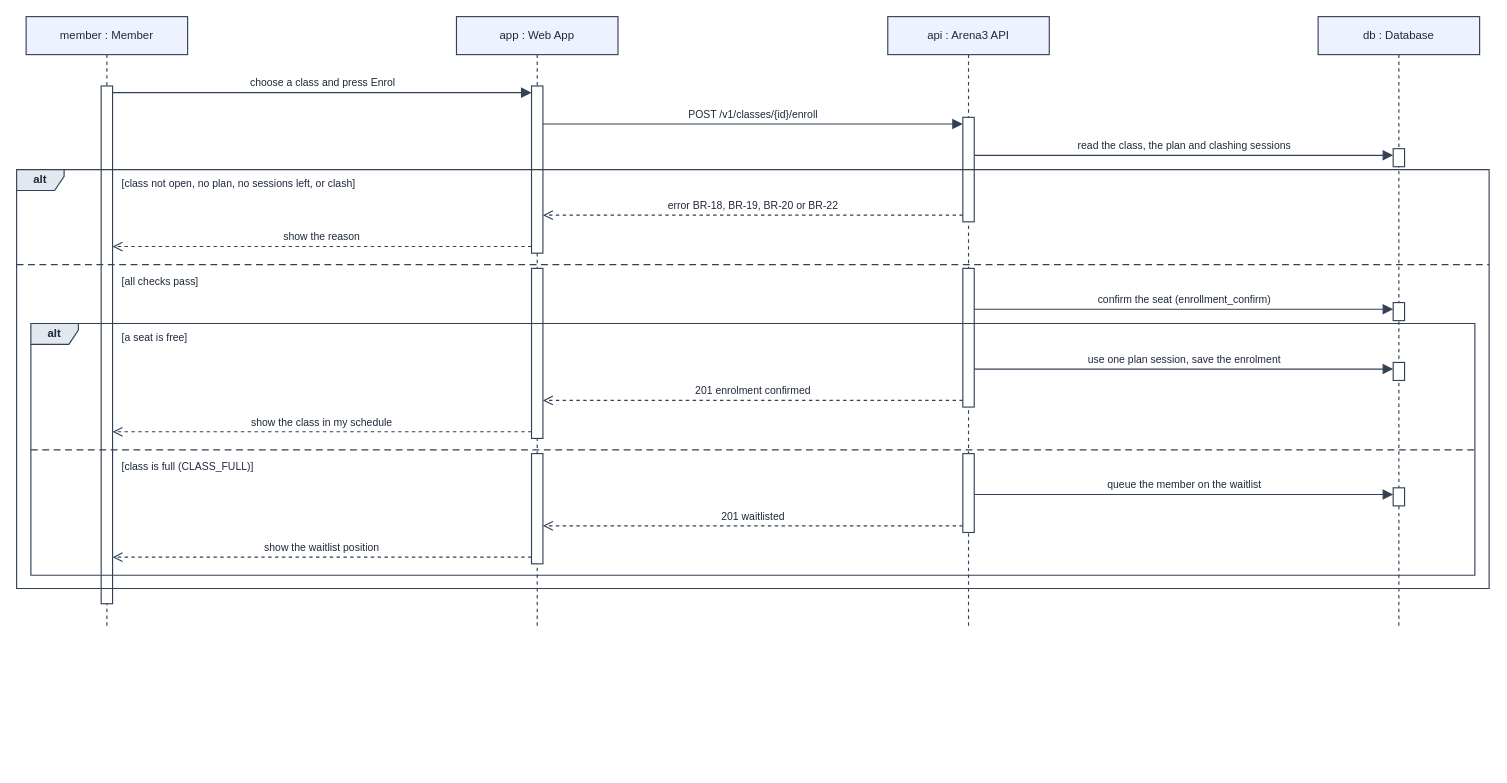
The draw.io diagram docs/diagrams/srs/36-sd-enrol-class.drawio in facingshootingstar/Arena3, before the edit. Source tidied: cells renumbered, new cells numbered last; positions are measured from the earlier drawing's top-left corner, leaving out a move shared by most shapes. Both pictures are drawn from the tidied source at 95%, with x=0, y=0 at pixel (16, 16).
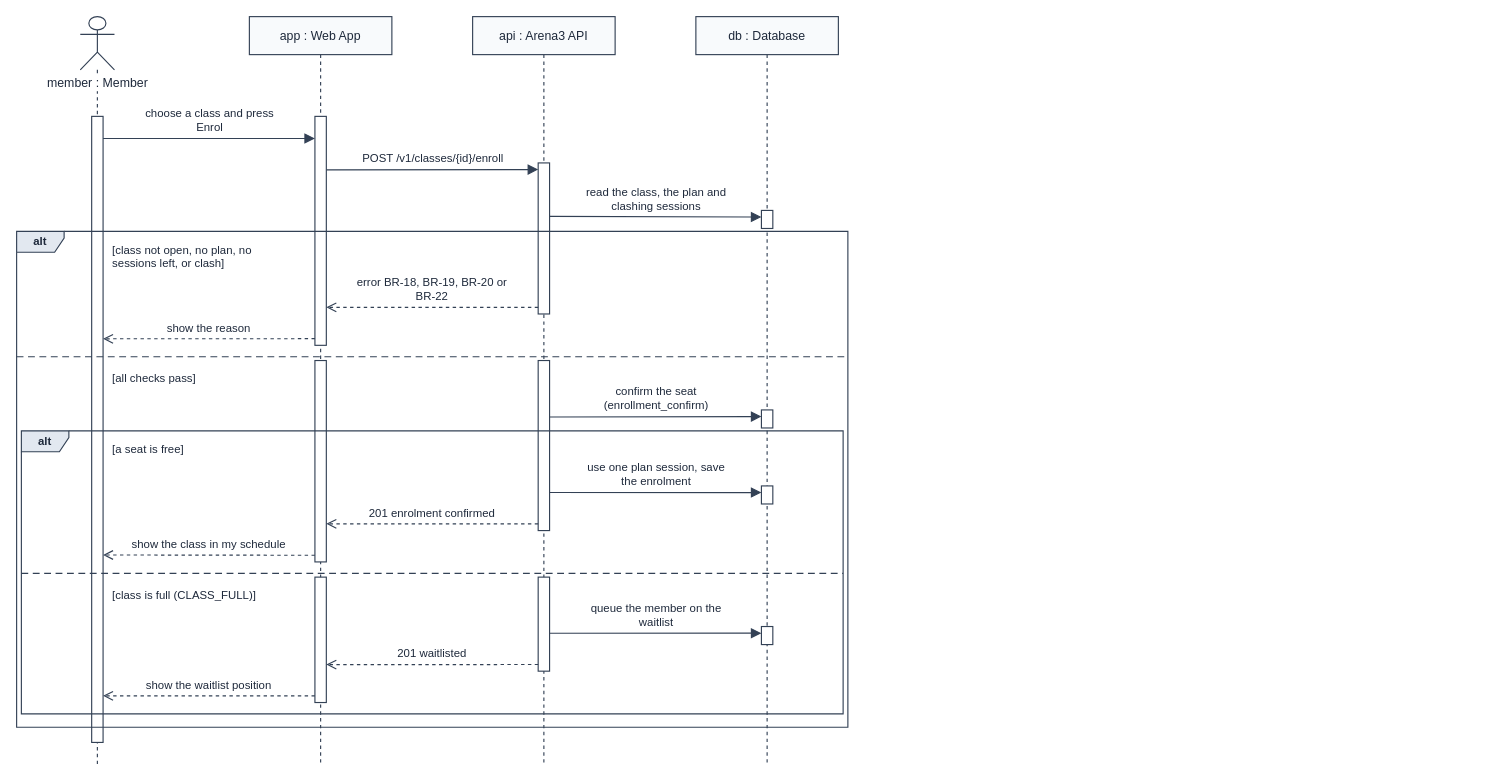
The same page after the edit.

Change to the diagram source:
```diff
@@
-    <mxCell id="2" value="member : Member" style="shape=umlLifeline;perimeter=lifelinePerimeter;whiteSpace=wrap;html=1;size=40;fillColor=#eef2ff;strokeColor=#334155;strokeWidth=1.2;fontFamily=Helvetica;fontSize=12;fontColor=#1e293b;" parent="1" vertex="1">
-      <mxGeometry x="10" width="170" height="642" as="geometry" />
+    <mxCell id="2" value="member : Member" style="shape=umlLifeline;participant=umlActor;perimeter=lifelinePerimeter;whiteSpace=nowrap;html=1;size=56;fillColor=#f8fafc;strokeColor=#334155;strokeWidth=1.2;fontFamily=Helvetica;fontSize=13;fontColor=#1e293b;verticalAlign=top;spacingTop=56;labelBackgroundColor=#ffffff;fillColor=#ffffff;" parent="1" vertex="1">
+      <mxGeometry x="67" width="36" height="788" as="geometry" />
     </mxCell>
-    <mxCell id="3" value="app : Web App" style="shape=umlLifeline;perimeter=lifelinePerimeter;whiteSpace=wrap;html=1;size=40;fillColor=#eef2ff;strokeColor=#334155;strokeWidth=1.2;fontFamily=Helvetica;fontSize=12;fontColor=#1e293b;" parent="1" vertex="1">
-      <mxGeometry x="463" width="170" height="642" as="geometry" />
+    <mxCell id="3" value="app : Web App" style="shape=umlLifeline;perimeter=lifelinePerimeter;whiteSpace=wrap;html=1;size=40;fillColor=#f8fafc;strokeColor=#334155;strokeWidth=1.2;fontFamily=Helvetica;fontSize=13;fontColor=#1e293b;" parent="1" vertex="1">
+      <mxGeometry x="245" width="150" height="788" as="geometry" />
     </mxCell>
-    <mxCell id="4" value="api : Arena3 API" style="shape=umlLifeline;perimeter=lifelinePerimeter;whiteSpace=wrap;html=1;size=40;fillColor=#eef2ff;strokeColor=#334155;strokeWidth=1.2;fontFamily=Helvetica;fontSize=12;fontColor=#1e293b;" parent="1" vertex="1">
-      <mxGeometry x="917" width="170" height="642" as="geometry" />
+    <mxCell id="4" value="api : Arena3 API" style="shape=umlLifeline;perimeter=lifelinePerimeter;whiteSpace=wrap;html=1;size=40;fillColor=#f8fafc;strokeColor=#334155;strokeWidth=1.2;fontFamily=Helvetica;fontSize=13;fontColor=#1e293b;" parent="1" vertex="1">
+      <mxGeometry x="480" width="150" height="788" as="geometry" />
     </mxCell>
-    <mxCell id="5" value="db : Database" style="shape=umlLifeline;perimeter=lifelinePerimeter;whiteSpace=wrap;html=1;size=40;fillColor=#eef2ff;strokeColor=#334155;strokeWidth=1.2;fontFamily=Helvetica;fontSize=12;fontColor=#1e293b;" parent="1" vertex="1">
-      <mxGeometry x="1370" width="170" height="642" as="geometry" />
+    <mxCell id="5" value="db : Database" style="shape=umlLifeline;perimeter=lifelinePerimeter;whiteSpace=wrap;html=1;size=40;fillColor=#f8fafc;strokeColor=#334155;strokeWidth=1.2;fontFamily=Helvetica;fontSize=13;fontColor=#1e293b;" parent="1" vertex="1">
+      <mxGeometry x="715" width="150" height="788" as="geometry" />
     </mxCell>
     <mxCell id="6" style="html=1;points=[];perimeter=orthogonalPerimeter;outlineConnect=0;targetShapes=umlLifeline;portConstraint=eastwest;fillColor=#ffffff;strokeColor=#334155;strokeWidth=1.2;" parent="4" vertex="1">
-      <mxGeometry x="79" y="106" width="12" height="110" as="geometry" />
+      <mxGeometry x="69" y="154" width="12" height="159" as="geometry" />
     </mxCell>
     <mxCell id="7" style="html=1;points=[];perimeter=orthogonalPerimeter;outlineConnect=0;targetShapes=umlLifeline;portConstraint=eastwest;fillColor=#ffffff;strokeColor=#334155;strokeWidth=1.2;" parent="4" vertex="1">
-      <mxGeometry x="79" y="265" width="12" height="146" as="geometry" />
+      <mxGeometry x="69" y="362" width="12" height="179" as="geometry" />
     </mxCell>
     <mxCell id="8" style="html=1;points=[];perimeter=orthogonalPerimeter;outlineConnect=0;targetShapes=umlLifeline;portConstraint=eastwest;fillColor=#ffffff;strokeColor=#334155;strokeWidth=1.2;" parent="4" vertex="1">
-      <mxGeometry x="79" y="460" width="12" height="83" as="geometry" />
+      <mxGeometry x="69" y="590" width="12" height="99" as="geometry" />
     </mxCell>
     <mxCell id="9" style="html=1;points=[];perimeter=orthogonalPerimeter;outlineConnect=0;targetShapes=umlLifeline;portConstraint=eastwest;fillColor=#ffffff;strokeColor=#334155;strokeWidth=1.2;" parent="3" vertex="1">
-      <mxGeometry x="79" y="73" width="12" height="176" as="geometry" />
+      <mxGeometry x="69" y="105" width="12" height="241" as="geometry" />
     </mxCell>
     <mxCell id="10" style="html=1;points=[];perimeter=orthogonalPerimeter;outlineConnect=0;targetShapes=umlLifeline;portConstraint=eastwest;fillColor=#ffffff;strokeColor=#334155;strokeWidth=1.2;" parent="3" vertex="1">
-      <mxGeometry x="79" y="265" width="12" height="179" as="geometry" />
+      <mxGeometry x="69" y="362" width="12" height="212" as="geometry" />
     </mxCell>
     <mxCell id="11" style="html=1;points=[];perimeter=orthogonalPerimeter;outlineConnect=0;targetShapes=umlLifeline;portConstraint=eastwest;fillColor=#ffffff;strokeColor=#334155;strokeWidth=1.2;" parent="3" vertex="1">
-      <mxGeometry x="79" y="460" width="12" height="116" as="geometry" />
+      <mxGeometry x="69" y="590" width="12" height="132" as="geometry" />
     </mxCell>
     <mxCell id="12" style="html=1;points=[];perimeter=orthogonalPerimeter;outlineConnect=0;targetShapes=umlLifeline;portConstraint=eastwest;fillColor=#ffffff;strokeColor=#334155;strokeWidth=1.2;" parent="5" vertex="1">
-      <mxGeometry x="79" y="139" width="12" height="19" as="geometry" />
+      <mxGeometry x="69" y="204" width="12" height="19" as="geometry" />
     </mxCell>
     <mxCell id="13" style="html=1;points=[];perimeter=orthogonalPerimeter;outlineConnect=0;targetShapes=umlLifeline;portConstraint=eastwest;fillColor=#ffffff;strokeColor=#334155;strokeWidth=1.2;" parent="5" vertex="1">
-      <mxGeometry x="79" y="301" width="12" height="19" as="geometry" />
+      <mxGeometry x="69" y="414" width="12" height="19" as="geometry" />
     </mxCell>
     <mxCell id="14" style="html=1;points=[];perimeter=orthogonalPerimeter;outlineConnect=0;targetShapes=umlLifeline;portConstraint=eastwest;fillColor=#ffffff;strokeColor=#334155;strokeWidth=1.2;" parent="5" vertex="1">
-      <mxGeometry x="79" y="364" width="12" height="19" as="geometry" />
+      <mxGeometry x="69" y="494" width="12" height="19" as="geometry" />
     </mxCell>
     <mxCell id="15" style="html=1;points=[];perimeter=orthogonalPerimeter;outlineConnect=0;targetShapes=umlLifeline;portConstraint=eastwest;fillColor=#ffffff;strokeColor=#334155;strokeWidth=1.2;" parent="5" vertex="1">
-      <mxGeometry x="79" y="496" width="12" height="19" as="geometry" />
+      <mxGeometry x="69" y="642" width="12" height="19" as="geometry" />
     </mxCell>
     <mxCell id="16" style="html=1;points=[];perimeter=orthogonalPerimeter;outlineConnect=0;targetShapes=umlLifeline;portConstraint=eastwest;fillColor=#ffffff;strokeColor=#334155;strokeWidth=1.2;" parent="2" vertex="1">
-      <mxGeometry x="79" y="73" width="12" height="545" as="geometry" />
+      <mxGeometry x="12" y="105" width="12" height="659" as="geometry" />
     </mxCell>
     <mxCell id="17" value="alt" style="shape=umlFrame;whiteSpace=wrap;html=1;width=50;height=22;fillColor=#e2e8f0;swimlaneFillColor=none;strokeColor=#334155;strokeWidth=1.2;fontFamily=Helvetica;fontSize=12;fontStyle=1;fontColor=#1e293b;" parent="1" vertex="1">
-      <mxGeometry x="15" y="323" width="1520" height="265" as="geometry" />
+      <mxGeometry x="5" y="436" width="865" height="298" as="geometry" />
     </mxCell>
     <mxCell id="18" style="line;strokeWidth=1.2;dashed=1;dashPattern=6 4;html=1;strokeColor=#334155;fillColor=none;" parent="1" vertex="1">
-      <mxGeometry x="15" y="451" width="1520" height="10" as="geometry" />
+      <mxGeometry x="5" y="581" width="865" height="10" as="geometry" />
     </mxCell>
-    <mxCell id="19" value="[a seat is free]" style="text;html=1;align=left;verticalAlign=middle;whiteSpace=nowrap;fontFamily=Helvetica;fontSize=11;fontColor=#1e293b;" parent="1" vertex="1">
-      <mxGeometry x="109" y="329" width="117" height="18" as="geometry" />
+    <mxCell id="19" value="[a seat is free]" style="text;html=1;align=left;verticalAlign=top;whiteSpace=nowrap;fontFamily=Helvetica;fontSize=12;fontColor=#1e293b;" parent="1" vertex="1">
+      <mxGeometry x="99" y="442" width="126" height="20" as="geometry" />
     </mxCell>
-    <mxCell id="20" value="[class is full (CLASS_FULL)]" style="text;html=1;align=left;verticalAlign=middle;whiteSpace=nowrap;fontFamily=Helvetica;fontSize=11;fontColor=#1e293b;" parent="1" vertex="1">
-      <mxGeometry x="109" y="465" width="189" height="18" as="geometry" />
+    <mxCell id="20" value="[class is full (CLASS_FULL)]" style="text;html=1;align=left;verticalAlign=top;whiteSpace=nowrap;fontFamily=Helvetica;fontSize=12;fontColor=#1e293b;" parent="1" vertex="1">
+      <mxGeometry x="99" y="595" width="205" height="20" as="geometry" />
     </mxCell>
     <mxCell id="21" value="alt" style="shape=umlFrame;whiteSpace=wrap;html=1;width=50;height=22;fillColor=#e2e8f0;swimlaneFillColor=none;strokeColor=#334155;strokeWidth=1.2;fontFamily=Helvetica;fontSize=12;fontStyle=1;fontColor=#1e293b;" parent="1" vertex="1">
-      <mxGeometry y="161" width="1550" height="441" as="geometry" />
+      <mxGeometry y="226" width="875" height="522" as="geometry" />
     </mxCell>
     <mxCell id="22" style="line;strokeWidth=1.2;dashed=1;dashPattern=6 4;html=1;strokeColor=#334155;fillColor=none;" parent="1" vertex="1">
-      <mxGeometry y="256" width="1550" height="10" as="geometry" />
+      <mxGeometry y="353" width="875" height="10" as="geometry" />
     </mxCell>
-    <mxCell id="23" value="[class not open, no plan, no sessions left, or clash]" style="text;html=1;align=left;verticalAlign=middle;whiteSpace=nowrap;fontFamily=Helvetica;fontSize=11;fontColor=#1e293b;" parent="1" vertex="1">
-      <mxGeometry x="109" y="167" width="341" height="18" as="geometry" />
+    <mxCell id="23" value="[class not open, no plan, no&lt;br&gt;sessions left, or clash]" style="text;html=1;align=left;verticalAlign=top;whiteSpace=nowrap;fontFamily=Helvetica;fontSize=12;fontColor=#1e293b;" parent="1" vertex="1">
+      <mxGeometry x="99" y="232" width="205" height="37" as="geometry" />
     </mxCell>
-    <mxCell id="24" value="[all checks pass]" style="text;html=1;align=left;verticalAlign=middle;whiteSpace=nowrap;fontFamily=Helvetica;fontSize=11;fontColor=#1e293b;" parent="1" vertex="1">
-      <mxGeometry x="109" y="270" width="123" height="18" as="geometry" />
+    <mxCell id="24" value="[all checks pass]" style="text;html=1;align=left;verticalAlign=top;whiteSpace=nowrap;fontFamily=Helvetica;fontSize=12;fontColor=#1e293b;" parent="1" vertex="1">
+      <mxGeometry x="99" y="367" width="132" height="20" as="geometry" />
     </mxCell>
-    <mxCell id="25" value="choose a class and press Enrol" style="html=1;rounded=0;edgeStyle=none;strokeColor=#334155;strokeWidth=1.2;fontFamily=Helvetica;fontSize=11;fontColor=#1e293b;labelBackgroundColor=#ffffff;endSize=8;endArrow=block;endFill=1;exitX=1.0000;exitY=0.0128;exitDx=0;exitDy=0;exitPerimeter=0;entryX=0.0000;entryY=0.0398;entryDx=0;entryDy=0;entryPerimeter=0;" parent="1" edge="1" source="16" target="9">
+    <mxCell id="25" value="choose a class and press&lt;br&gt;Enrol" style="html=1;rounded=0;edgeStyle=none;strokeColor=#334155;strokeWidth=1.2;fontFamily=Helvetica;fontSize=12;fontColor=#1e293b;labelBackgroundColor=#ffffff;endSize=8;endArrow=block;endFill=1;exitX=1.0000;exitY=0.0353;exitDx=0;exitDy=0;exitPerimeter=0;entryX=0.0000;entryY=0.0965;entryDx=0;entryDy=0;entryPerimeter=0;" parent="1" edge="1" source="16" target="9">
       <mxGeometry relative="1" as="geometry">
-        <mxPoint y="-10" as="offset" />
+        <mxPoint y="-19" as="offset" />
       </mxGeometry>
     </mxCell>
-    <mxCell id="26" value="POST /v1/classes/{id}/enroll" style="html=1;rounded=0;edgeStyle=none;strokeColor=#334155;strokeWidth=1.2;fontFamily=Helvetica;fontSize=11;fontColor=#1e293b;labelBackgroundColor=#ffffff;endSize=8;endArrow=block;endFill=1;exitX=1.0000;exitY=0.2273;exitDx=0;exitDy=0;exitPerimeter=0;entryX=0.0000;entryY=0.0636;entryDx=0;entryDy=0;entryPerimeter=0;" parent="1" edge="1" source="9" target="6">
+    <mxCell id="26" value="POST /v1/classes/{id}/enroll" style="html=1;rounded=0;edgeStyle=none;strokeColor=#334155;strokeWidth=1.2;fontFamily=Helvetica;fontSize=12;fontColor=#1e293b;labelBackgroundColor=#ffffff;endSize=8;endArrow=block;endFill=1;exitX=1.0000;exitY=0.2334;exitDx=0;exitDy=0;exitPerimeter=0;entryX=0.0000;entryY=0.0441;entryDx=0;entryDy=0;entryPerimeter=0;" parent="1" edge="1" source="9" target="6">
       <mxGeometry relative="1" as="geometry">
-        <mxPoint y="-10" as="offset" />
+        <mxPoint y="-11" as="offset" />
       </mxGeometry>
     </mxCell>
-    <mxCell id="27" value="read the class, the plan and clashing sessions" style="html=1;rounded=0;edgeStyle=none;strokeColor=#334155;strokeWidth=1.2;fontFamily=Helvetica;fontSize=11;fontColor=#1e293b;labelBackgroundColor=#ffffff;endSize=8;endArrow=block;endFill=1;exitX=1.0000;exitY=0.3636;exitDx=0;exitDy=0;exitPerimeter=0;entryX=0.0000;entryY=0.3684;entryDx=0;entryDy=0;entryPerimeter=0;" parent="1" edge="1" source="6" target="12">
+    <mxCell id="27" value="read the class, the plan and&lt;br&gt;clashing sessions" style="html=1;rounded=0;edgeStyle=none;strokeColor=#334155;strokeWidth=1.2;fontFamily=Helvetica;fontSize=12;fontColor=#1e293b;labelBackgroundColor=#ffffff;endSize=8;endArrow=block;endFill=1;exitX=1.0000;exitY=0.3543;exitDx=0;exitDy=0;exitPerimeter=0;entryX=0.0000;entryY=0.3684;entryDx=0;entryDy=0;entryPerimeter=0;" parent="1" edge="1" source="6" target="12">
       <mxGeometry relative="1" as="geometry">
-        <mxPoint y="-10" as="offset" />
+        <mxPoint y="-19" as="offset" />
       </mxGeometry>
     </mxCell>
-    <mxCell id="28" value="error BR-18, BR-19, BR-20 or BR-22" style="html=1;rounded=0;edgeStyle=none;strokeColor=#334155;strokeWidth=1.2;fontFamily=Helvetica;fontSize=11;fontColor=#1e293b;labelBackgroundColor=#ffffff;endSize=8;endArrow=open;endFill=0;dashed=1;exitX=0.0000;exitY=0.9364;exitDx=0;exitDy=0;exitPerimeter=0;entryX=1.0000;entryY=0.7727;entryDx=0;entryDy=0;entryPerimeter=0;" parent="1" edge="1" source="6" target="9">
+    <mxCell id="28" value="error BR-18, BR-19, BR-20 or&lt;br&gt;BR-22" style="html=1;rounded=0;edgeStyle=none;strokeColor=#334155;strokeWidth=1.2;fontFamily=Helvetica;fontSize=12;fontColor=#1e293b;labelBackgroundColor=#ffffff;endSize=8;endArrow=open;endFill=0;dashed=1;exitX=0.0000;exitY=0.9559;exitDx=0;exitDy=0;exitPerimeter=0;entryX=1.0000;entryY=0.8341;entryDx=0;entryDy=0;entryPerimeter=0;" parent="1" edge="1" source="6" target="9">
       <mxGeometry relative="1" as="geometry">
-        <mxPoint y="-10" as="offset" />
+        <mxPoint y="-19" as="offset" />
       </mxGeometry>
     </mxCell>
-    <mxCell id="29" value="show the reason" style="html=1;rounded=0;edgeStyle=none;strokeColor=#334155;strokeWidth=1.2;fontFamily=Helvetica;fontSize=11;fontColor=#1e293b;labelBackgroundColor=#ffffff;endSize=8;endArrow=open;endFill=0;dashed=1;exitX=0.0000;exitY=0.9602;exitDx=0;exitDy=0;exitPerimeter=0;entryX=1.0000;entryY=0.3101;entryDx=0;entryDy=0;entryPerimeter=0;" parent="1" edge="1" source="9" target="16">
+    <mxCell id="29" value="show the reason" style="html=1;rounded=0;edgeStyle=none;strokeColor=#334155;strokeWidth=1.2;fontFamily=Helvetica;fontSize=12;fontColor=#1e293b;labelBackgroundColor=#ffffff;endSize=8;endArrow=open;endFill=0;dashed=1;exitX=0.0000;exitY=0.9710;exitDx=0;exitDy=0;exitPerimeter=0;entryX=1.0000;entryY=0.3553;entryDx=0;entryDy=0;entryPerimeter=0;" parent="1" edge="1" source="9" target="16">
       <mxGeometry relative="1" as="geometry">
-        <mxPoint y="-10" as="offset" />
+        <mxPoint y="-11" as="offset" />
       </mxGeometry>
     </mxCell>
-    <mxCell id="30" value="confirm the seat (enrollment_confirm)" style="html=1;rounded=0;edgeStyle=none;strokeColor=#334155;strokeWidth=1.2;fontFamily=Helvetica;fontSize=11;fontColor=#1e293b;labelBackgroundColor=#ffffff;endSize=8;endArrow=block;endFill=1;exitX=1.0000;exitY=0.2945;exitDx=0;exitDy=0;exitPerimeter=0;entryX=0.0000;entryY=0.3684;entryDx=0;entryDy=0;entryPerimeter=0;" parent="1" edge="1" source="7" target="13">
+    <mxCell id="30" value="confirm the seat&lt;br&gt;(enrollment_confirm)" style="html=1;rounded=0;edgeStyle=none;strokeColor=#334155;strokeWidth=1.2;fontFamily=Helvetica;fontSize=12;fontColor=#1e293b;labelBackgroundColor=#ffffff;endSize=8;endArrow=block;endFill=1;exitX=1.0000;exitY=0.3320;exitDx=0;exitDy=0;exitPerimeter=0;entryX=0.0000;entryY=0.3684;entryDx=0;entryDy=0;entryPerimeter=0;" parent="1" edge="1" source="7" target="13">
       <mxGeometry relative="1" as="geometry">
-        <mxPoint y="-10" as="offset" />
+        <mxPoint y="-19" as="offset" />
       </mxGeometry>
     </mxCell>
-    <mxCell id="31" value="use one plan session, save the enrolment" style="html=1;rounded=0;edgeStyle=none;strokeColor=#334155;strokeWidth=1.2;fontFamily=Helvetica;fontSize=11;fontColor=#1e293b;labelBackgroundColor=#ffffff;endSize=8;endArrow=block;endFill=1;exitX=1.0000;exitY=0.7260;exitDx=0;exitDy=0;exitPerimeter=0;entryX=0.0000;entryY=0.3684;entryDx=0;entryDy=0;entryPerimeter=0;" parent="1" edge="1" source="7" target="14">
+    <mxCell id="31" value="use one plan session, save&lt;br&gt;the enrolment" style="html=1;rounded=0;edgeStyle=none;strokeColor=#334155;strokeWidth=1.2;fontFamily=Helvetica;fontSize=12;fontColor=#1e293b;labelBackgroundColor=#ffffff;endSize=8;endArrow=block;endFill=1;exitX=1.0000;exitY=0.7760;exitDx=0;exitDy=0;exitPerimeter=0;entryX=0.0000;entryY=0.3684;entryDx=0;entryDy=0;entryPerimeter=0;" parent="1" edge="1" source="7" target="14">
       <mxGeometry relative="1" as="geometry">
-        <mxPoint y="-10" as="offset" />
+        <mxPoint y="-19" as="offset" />
       </mxGeometry>
     </mxCell>
-    <mxCell id="32" value="201 enrolment confirmed" style="html=1;rounded=0;edgeStyle=none;strokeColor=#334155;strokeWidth=1.2;fontFamily=Helvetica;fontSize=11;fontColor=#1e293b;labelBackgroundColor=#ffffff;endSize=8;endArrow=open;endFill=0;dashed=1;exitX=0.0000;exitY=0.9521;exitDx=0;exitDy=0;exitPerimeter=0;entryX=1.0000;entryY=0.7765;entryDx=0;entryDy=0;entryPerimeter=0;" parent="1" edge="1" source="7" target="10">
+    <mxCell id="32" value="201 enrolment confirmed" style="html=1;rounded=0;edgeStyle=none;strokeColor=#334155;strokeWidth=1.2;fontFamily=Helvetica;fontSize=12;fontColor=#1e293b;labelBackgroundColor=#ffffff;endSize=8;endArrow=open;endFill=0;dashed=1;exitX=0.0000;exitY=0.9608;exitDx=0;exitDy=0;exitPerimeter=0;entryX=1.0000;entryY=0.8109;entryDx=0;entryDy=0;entryPerimeter=0;" parent="1" edge="1" source="7" target="10">
       <mxGeometry relative="1" as="geometry">
-        <mxPoint y="-10" as="offset" />
+        <mxPoint y="-11" as="offset" />
       </mxGeometry>
     </mxCell>
-    <mxCell id="33" value="show the class in my schedule" style="html=1;rounded=0;edgeStyle=none;strokeColor=#334155;strokeWidth=1.2;fontFamily=Helvetica;fontSize=11;fontColor=#1e293b;labelBackgroundColor=#ffffff;endSize=8;endArrow=open;endFill=0;dashed=1;exitX=0.0000;exitY=0.9609;exitDx=0;exitDy=0;exitPerimeter=0;entryX=1.0000;entryY=0.6679;entryDx=0;entryDy=0;entryPerimeter=0;" parent="1" edge="1" source="10" target="16">
+    <mxCell id="33" value="show the class in my schedule" style="html=1;rounded=0;edgeStyle=none;strokeColor=#334155;strokeWidth=1.2;fontFamily=Helvetica;fontSize=12;fontColor=#1e293b;labelBackgroundColor=#ffffff;endSize=8;endArrow=open;endFill=0;dashed=1;exitX=0.0000;exitY=0.9669;exitDx=0;exitDy=0;exitPerimeter=0;entryX=1.0000;entryY=0.7006;entryDx=0;entryDy=0;entryPerimeter=0;" parent="1" edge="1" source="10" target="16">
       <mxGeometry relative="1" as="geometry">
-        <mxPoint y="-10" as="offset" />
+        <mxPoint y="-11" as="offset" />
       </mxGeometry>
     </mxCell>
-    <mxCell id="34" value="queue the member on the waitlist" style="html=1;rounded=0;edgeStyle=none;strokeColor=#334155;strokeWidth=1.2;fontFamily=Helvetica;fontSize=11;fontColor=#1e293b;labelBackgroundColor=#ffffff;endSize=8;endArrow=block;endFill=1;exitX=1.0000;exitY=0.5181;exitDx=0;exitDy=0;exitPerimeter=0;entryX=0.0000;entryY=0.3684;entryDx=0;entryDy=0;entryPerimeter=0;" parent="1" edge="1" source="8" target="15">
+    <mxCell id="34" value="queue the member on the&lt;br&gt;waitlist" style="html=1;rounded=0;edgeStyle=none;strokeColor=#334155;strokeWidth=1.2;fontFamily=Helvetica;fontSize=12;fontColor=#1e293b;labelBackgroundColor=#ffffff;endSize=8;endArrow=block;endFill=1;exitX=1.0000;exitY=0.5971;exitDx=0;exitDy=0;exitPerimeter=0;entryX=0.0000;entryY=0.3684;entryDx=0;entryDy=0;entryPerimeter=0;" parent="1" edge="1" source="8" target="15">
       <mxGeometry relative="1" as="geometry">
-        <mxPoint y="-10" as="offset" />
+        <mxPoint y="-19" as="offset" />
       </mxGeometry>
     </mxCell>
-    <mxCell id="35" value="201 waitlisted" style="html=1;rounded=0;edgeStyle=none;strokeColor=#334155;strokeWidth=1.2;fontFamily=Helvetica;fontSize=11;fontColor=#1e293b;labelBackgroundColor=#ffffff;endSize=8;endArrow=open;endFill=0;dashed=1;exitX=0.0000;exitY=0.9157;exitDx=0;exitDy=0;exitPerimeter=0;entryX=1.0000;entryY=0.6552;entryDx=0;entryDy=0;entryPerimeter=0;" parent="1" edge="1" source="8" target="11">
+    <mxCell id="35" value="201 waitlisted" style="html=1;rounded=0;edgeStyle=none;strokeColor=#334155;strokeWidth=1.2;fontFamily=Helvetica;fontSize=12;fontColor=#1e293b;labelBackgroundColor=#ffffff;endSize=8;endArrow=open;endFill=0;dashed=1;exitX=0.0000;exitY=0.9295;exitDx=0;exitDy=0;exitPerimeter=0;entryX=1.0000;entryY=0.6976;entryDx=0;entryDy=0;entryPerimeter=0;" parent="1" edge="1" source="8" target="11">
       <mxGeometry relative="1" as="geometry">
-        <mxPoint y="-10" as="offset" />
+        <mxPoint y="-11" as="offset" />
       </mxGeometry>
     </mxCell>
-    <mxCell id="36" value="show the waitlist position" style="html=1;rounded=0;edgeStyle=none;strokeColor=#334155;strokeWidth=1.2;fontFamily=Helvetica;fontSize=11;fontColor=#1e293b;labelBackgroundColor=#ffffff;endSize=8;endArrow=open;endFill=0;dashed=1;exitX=0.0000;exitY=0.9397;exitDx=0;exitDy=0;exitPerimeter=0;entryX=1.0000;entryY=0.9101;entryDx=0;entryDy=0;entryPerimeter=0;" parent="1" edge="1" source="11" target="16">
+    <mxCell id="36" value="show the waitlist position" style="html=1;rounded=0;edgeStyle=none;strokeColor=#334155;strokeWidth=1.2;fontFamily=Helvetica;fontSize=12;fontColor=#1e293b;labelBackgroundColor=#ffffff;endSize=8;endArrow=open;endFill=0;dashed=1;exitX=0.0000;exitY=0.9471;exitDx=0;exitDy=0;exitPerimeter=0;entryX=1.0000;entryY=0.9256;entryDx=0;entryDy=0;entryPerimeter=0;" parent="1" edge="1" source="11" target="16">
       <mxGeometry relative="1" as="geometry">
-        <mxPoint y="-10" as="offset" />
+        <mxPoint y="-11" as="offset" />
       </mxGeometry>
     </mxCell>
```
